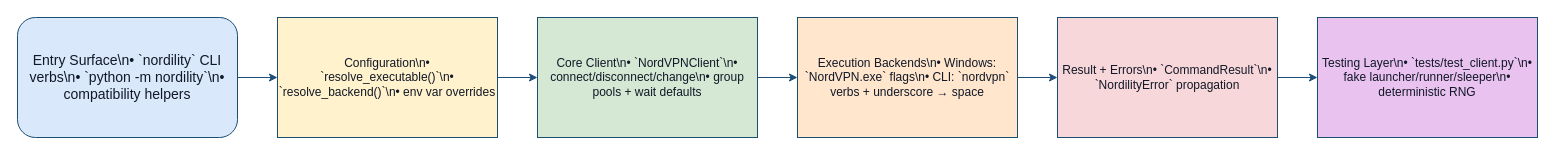
This is docs/diagrams/repo-architecture.drawio from casonk/nordility, a draw.io file, before an edit. Source tidied: cells renumbered, new cells numbered last; positions are measured from the earlier drawing's top-left corner, leaving out a move shared by most shapes. Both pictures are drawn from the tidied source at 100%, with x=0, y=0 at pixel (17, 17).
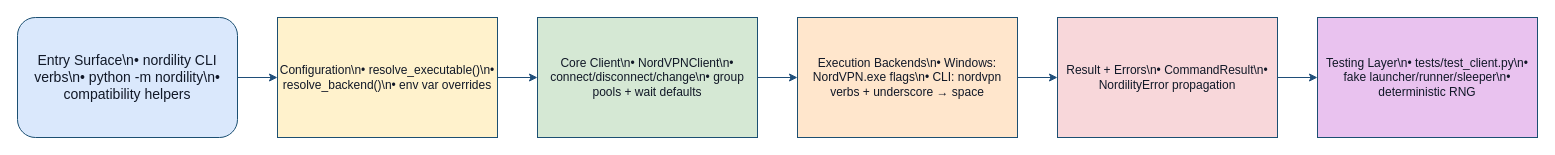
The same page after the edit.

Commit message (it also covers changes not shown here):
docs: fix architecture diagram exports

Change to the diagram source:
```diff
@@
 <mxGraphModel>
   <root>
     <mxCell id="0" />
     <mxCell id="1" parent="0" />
-    <mxCell id="2" value="Entry Surface\n• `nordility` CLI verbs\n• `python -m nordility`\n• compatibility helpers" style="rounded=1;whiteSpace=wrap;html=1;fillColor=#DAE8FC;strokeColor=#1B4F72;fontColor=#111827;fontSize=14;" parent="1" vertex="1">
+    <mxCell id="2" value="Entry Surface\n• nordility CLI verbs\n• python -m nordility\n• compatibility helpers" style="rounded=1;whiteSpace=wrap;html=1;fillColor=#DAE8FC;strokeColor=#1B4F72;fontColor=#111827;fontSize=14;" parent="1" vertex="1">
       <mxGeometry width="220" height="120" as="geometry" />
     </mxCell>
-    <mxCell id="3" value="Configuration\n• `resolve_executable()`\n• `resolve_backend()`\n• env var overrides" style="rounded=0;whiteSpace=wrap;html=1;fillColor=#FFF2CC;strokeColor=#1B4F72;fontColor=#111827;fontSize=12;" parent="1" vertex="1">
+    <mxCell id="3" value="Configuration\n• resolve_executable()\n• resolve_backend()\n• env var overrides" style="rounded=0;whiteSpace=wrap;html=1;fillColor=#FFF2CC;strokeColor=#1B4F72;fontColor=#111827;fontSize=12;" parent="1" vertex="1">
       <mxGeometry x="260" width="220" height="120" as="geometry" />
     </mxCell>
-    <mxCell id="4" value="Core Client\n• `NordVPNClient`\n• connect/disconnect/change\n• group pools + wait defaults" style="rounded=0;whiteSpace=wrap;html=1;fillColor=#D5E8D4;strokeColor=#1B4F72;fontColor=#111827;fontSize=12;" parent="1" vertex="1">
+    <mxCell id="4" value="Core Client\n• NordVPNClient\n• connect/disconnect/change\n• group pools + wait defaults" style="rounded=0;whiteSpace=wrap;html=1;fillColor=#D5E8D4;strokeColor=#1B4F72;fontColor=#111827;fontSize=12;" parent="1" vertex="1">
       <mxGeometry x="520" width="220" height="120" as="geometry" />
     </mxCell>
-    <mxCell id="5" value="Execution Backends\n• Windows: `NordVPN.exe` flags\n• CLI: `nordvpn` verbs + underscore → space" style="rounded=0;whiteSpace=wrap;html=1;fillColor=#FFE6CC;strokeColor=#1B4F72;fontColor=#111827;fontSize=12;" parent="1" vertex="1">
+    <mxCell id="5" value="Execution Backends\n• Windows: NordVPN.exe flags\n• CLI: nordvpn verbs + underscore → space" style="rounded=0;whiteSpace=wrap;html=1;fillColor=#FFE6CC;strokeColor=#1B4F72;fontColor=#111827;fontSize=12;" parent="1" vertex="1">
       <mxGeometry x="780" width="220" height="120" as="geometry" />
     </mxCell>
-    <mxCell id="6" value="Result + Errors\n• `CommandResult`\n• `NordilityError` propagation" style="rounded=0;whiteSpace=wrap;html=1;fillColor=#F8D7DA;strokeColor=#1B4F72;fontColor=#111827;fontSize=12;" parent="1" vertex="1">
+    <mxCell id="6" value="Result + Errors\n• CommandResult\n• NordilityError propagation" style="rounded=0;whiteSpace=wrap;html=1;fillColor=#F8D7DA;strokeColor=#1B4F72;fontColor=#111827;fontSize=12;" parent="1" vertex="1">
       <mxGeometry x="1040" width="220" height="120" as="geometry" />
     </mxCell>
-    <mxCell id="7" value="Testing Layer\n• `tests/test_client.py`\n• fake launcher/runner/sleeper\n• deterministic RNG" style="rounded=0;whiteSpace=wrap;html=1;fillColor=#E9C2EF;strokeColor=#1B4F72;fontColor=#111827;fontSize=12;" parent="1" vertex="1">
+    <mxCell id="7" value="Testing Layer\n• tests/test_client.py\n• fake launcher/runner/sleeper\n• deterministic RNG" style="rounded=0;whiteSpace=wrap;html=1;fillColor=#E9C2EF;strokeColor=#1B4F72;fontColor=#111827;fontSize=12;" parent="1" vertex="1">
       <mxGeometry x="1300" width="220" height="120" as="geometry" />
     </mxCell>
     <mxCell id="8" style="edgeStyle=orthogonalEdgeStyle;rounded=0;jettySize=auto;html=1;strokeColor=#1F4E79;" parent="1" edge="1" source="2" target="3">
       <mxGeometry relative="1" as="geometry" />
     </mxCell>
     <mxCell id="9" style="edgeStyle=orthogonalEdgeStyle;rounded=0;jettySize=auto;html=1;strokeColor=#1F4E79;" parent="1" edge="1" source="3" target="4">
       <mxGeometry relative="1" as="geometry" />
     </mxCell>
     <mxCell id="10" style="edgeStyle=orthogonalEdgeStyle;rounded=0;jettySize=auto;html=1;strokeColor=#1F4E79;" parent="1" edge="1" source="4" target="5">
       <mxGeometry relative="1" as="geometry" />
     </mxCell>
     <mxCell id="11" style="edgeStyle=orthogonalEdgeStyle;rounded=0;jettySize=auto;html=1;strokeColor=#1F4E79;" parent="1" edge="1" source="5" target="6">
       <mxGeometry relative="1" as="geometry" />
     </mxCell>
     <mxCell id="12" style="edgeStyle=orthogonalEdgeStyle;rounded=0;jettySize=auto;html=1;strokeColor=#1F4E79;" parent="1" edge="1" source="6" target="7">
       <mxGeometry relative="1" as="geometry" />
     </mxCell>
   </root>
 </mxGraphModel>
```
